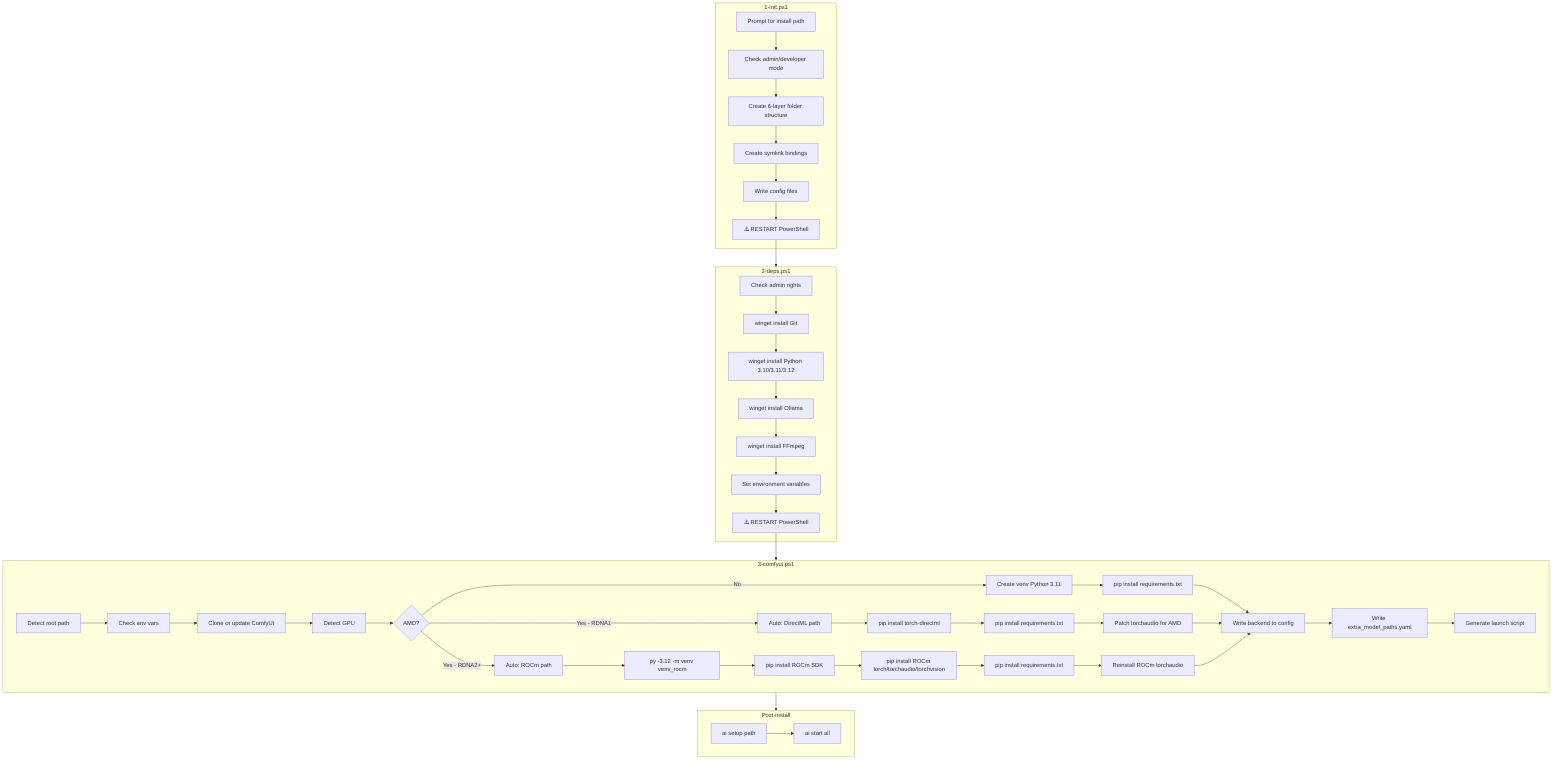
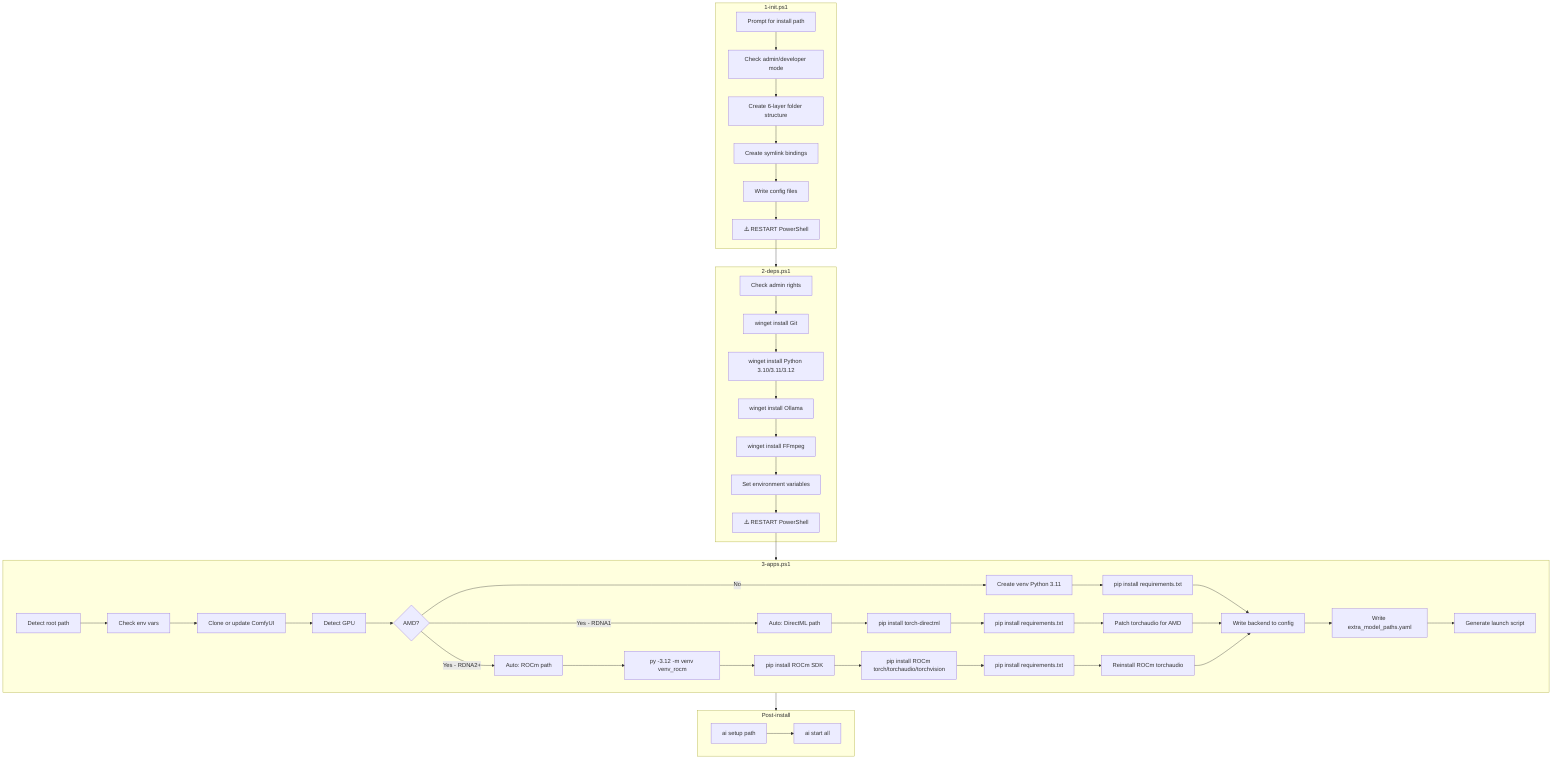
flowchart TB
    subgraph Init["1-init.ps1"]
        A1[Prompt for install path] --> A2[Check admin/developer mode]
        A2 --> A3[Create 6-layer folder structure]
        A3 --> A4[Create symlink bindings]
        A4 --> A5[Write config files]
        A5 --> A6[⚠️ RESTART PowerShell]
    end

    subgraph Deps["2-deps.ps1"]
        B1[Check admin rights] --> B2[winget install Git]
        B2 --> B3[winget install Python 3.10/3.11/3.12]
        B3 --> B4[winget install Ollama]
        B4 --> B5[winget install FFmpeg]
        B5 --> B6[Set environment variables]
        B6 --> B7[⚠️ RESTART PowerShell]
    end

-     subgraph Comfy["3-comfyui.ps1"]
+     subgraph Comfy["3-apps.ps1"]
        C1[Detect root path] --> C2[Check env vars]
        C2 --> C3[Clone or update ComfyUI]
        C3 --> C4[Detect GPU]
        C4 --> C5{AMD?}
        C5 -->|No| C6N[Create venv Python 3.11]
        C5 -->|Yes - RDNA1| C6D[Auto: DirectML path]
        C5 -->|Yes - RDNA2+| C6R[Auto: ROCm path]
        C6N --> C7N[pip install requirements.txt]
        C6D --> C7D[pip install torch-directml]
        C7D --> C8D[pip install requirements.txt]
        C8D --> C9D[Patch torchaudio for AMD]
        C6R --> C7R[py -3.12 -m venv venv_rocm]
        C7R --> C8R[pip install ROCm SDK]
        C8R --> C9R[pip install ROCm torch/torchaudio/torchvision]
        C9R --> C10R[pip install requirements.txt]
        C10R --> C11R[Reinstall ROCm torchaudio]
        C7N --> C12[Write backend to config]
        C9D --> C12
        C11R --> C12
        C12 --> C13[Write extra_model_paths.yaml]
        C13 --> C14[Generate launch script]
    end

    subgraph Setup["Post-install"]
        D1[ai setup path] --> D2[ai start all]
    end

    A6 --> Deps
    B7 --> Comfy
    Comfy --> Setup
